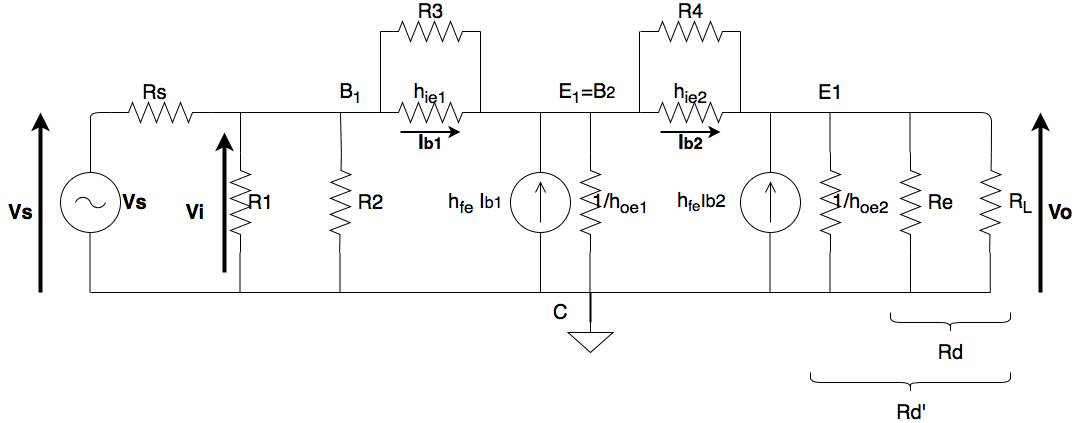
Before: TP1/Informe/Imagenes/circ_incremental.png, a diagram exported from draw.io (malenamuller/Electronica_1). Source tidied: cells renumbered, new cells last; positions are measured from the earlier drawing's top-left corner, leaving out a move shared by most shapes.
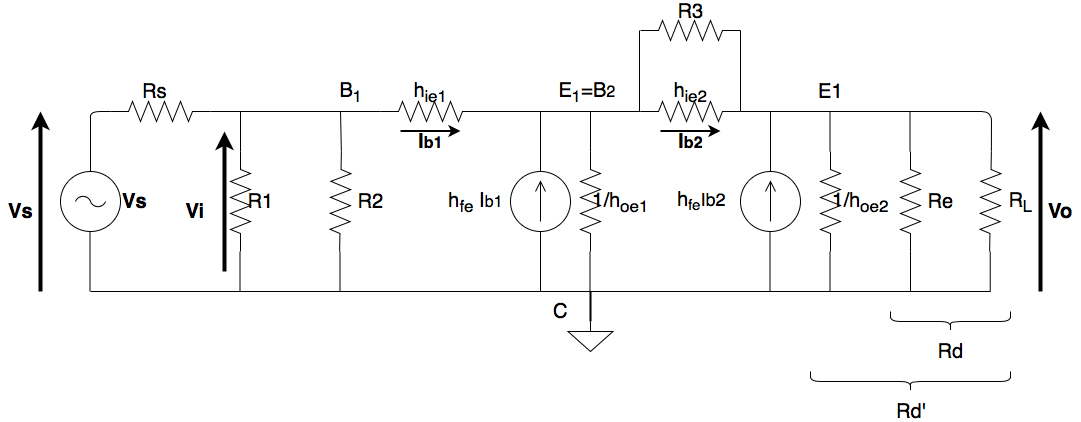
Later version of the same file.

What changed in the source:
```diff
@@ -17,9 +17,6 @@
     <mxCell id="6" style="verticalLabelPosition=bottom;shadow=0;dashed=0;align=center;fillColor=#ffffff;html=1;verticalAlign=top;strokeWidth=1;shape=mxgraph.electrical.resistors.resistor_2;" parent="1" vertex="1">
       <mxGeometry x="380" y="101" width="100" height="20" as="geometry" />
     </mxCell>
-    <mxCell id="7" style="verticalLabelPosition=bottom;shadow=0;dashed=0;align=center;fillColor=#ffffff;html=1;verticalAlign=top;strokeWidth=1;shape=mxgraph.electrical.resistors.resistor_2;" parent="1" vertex="1">
-      <mxGeometry x="380" y="20" width="100" height="20" as="geometry" />
-    </mxCell>
     <mxCell id="8" style="verticalLabelPosition=bottom;shadow=0;dashed=0;align=center;fillColor=#ffffff;html=1;verticalAlign=top;strokeWidth=1;shape=mxgraph.electrical.resistors.resistor_2;rotation=-90;" parent="1" vertex="1">
       <mxGeometry x="540" y="191" width="100" height="20" as="geometry" />
     </mxCell>
@@ -79,15 +76,6 @@
         <mxPoint x="340" y="111" as="targetPoint" />
       </mxGeometry>
     </mxCell>
-    <mxCell id="22" style="endArrow=none;html=1;strokeWidth=1;entryX=0;entryY=0.5;entryDx=0;entryDy=0;entryPerimeter=0;exitX=0;exitY=0.5;exitDx=0;exitDy=0;exitPerimeter=0;" parent="1" edge="1" source="6" target="7">
-      <mxGeometry relative="1" as="geometry" />
-    </mxCell>
-    <mxCell id="23" style="endArrow=none;html=1;strokeWidth=1;entryX=0;entryY=0.5;entryDx=0;entryDy=0;entryPerimeter=0;exitX=0;exitY=0.5;exitDx=0;exitDy=0;exitPerimeter=0;" parent="1" edge="1">
-      <mxGeometry relative="1" as="geometry">
-        <mxPoint x="480" y="111" as="sourcePoint" />
-        <mxPoint x="480" y="30" as="targetPoint" />
-      </mxGeometry>
-    </mxCell>
     <mxCell id="24" style="endArrow=none;html=1;strokeWidth=1;entryX=0;entryY=0.5;entryDx=0;entryDy=0;entryPerimeter=0;exitX=0;exitY=0.5;exitDx=0;exitDy=0;exitPerimeter=0;" parent="1" edge="1">
       <mxGeometry relative="1" as="geometry">
         <mxPoint x="639" y="111" as="sourcePoint" />
@@ -221,11 +209,8 @@
       <mxGeometry x="670" y="81" width="40" height="20" as="geometry" />
     </mxCell>
     <mxCell id="50" value="&lt;span style=&quot;font-size: 20px&quot;&gt;R3&lt;/span&gt;" style="text;html=1;strokeColor=none;fillColor=none;align=center;verticalAlign=middle;whiteSpace=wrap;rounded=0;" parent="1" vertex="1">
-      <mxGeometry x="410" width="40" height="20" as="geometry" />
+      <mxGeometry x="670" y="1" width="40" height="20" as="geometry" />
     </mxCell>
-    <mxCell id="51" value="&lt;span style=&quot;font-size: 20px&quot;&gt;R4&lt;/span&gt;" style="text;html=1;strokeColor=none;fillColor=none;align=center;verticalAlign=middle;whiteSpace=wrap;rounded=0;" parent="1" vertex="1">
-      <mxGeometry x="670" width="40" height="20" as="geometry" />
-    </mxCell>
     <mxCell id="52" value="&lt;span style=&quot;font-size: 20px&quot;&gt;1/h&lt;sub&gt;oe1&lt;/sub&gt;&lt;/span&gt;" style="text;html=1;strokeColor=none;fillColor=none;align=center;verticalAlign=middle;whiteSpace=wrap;rounded=0;" parent="1" vertex="1">
       <mxGeometry x="600" y="191" width="40" height="20" as="geometry" />
     </mxCell>
```
